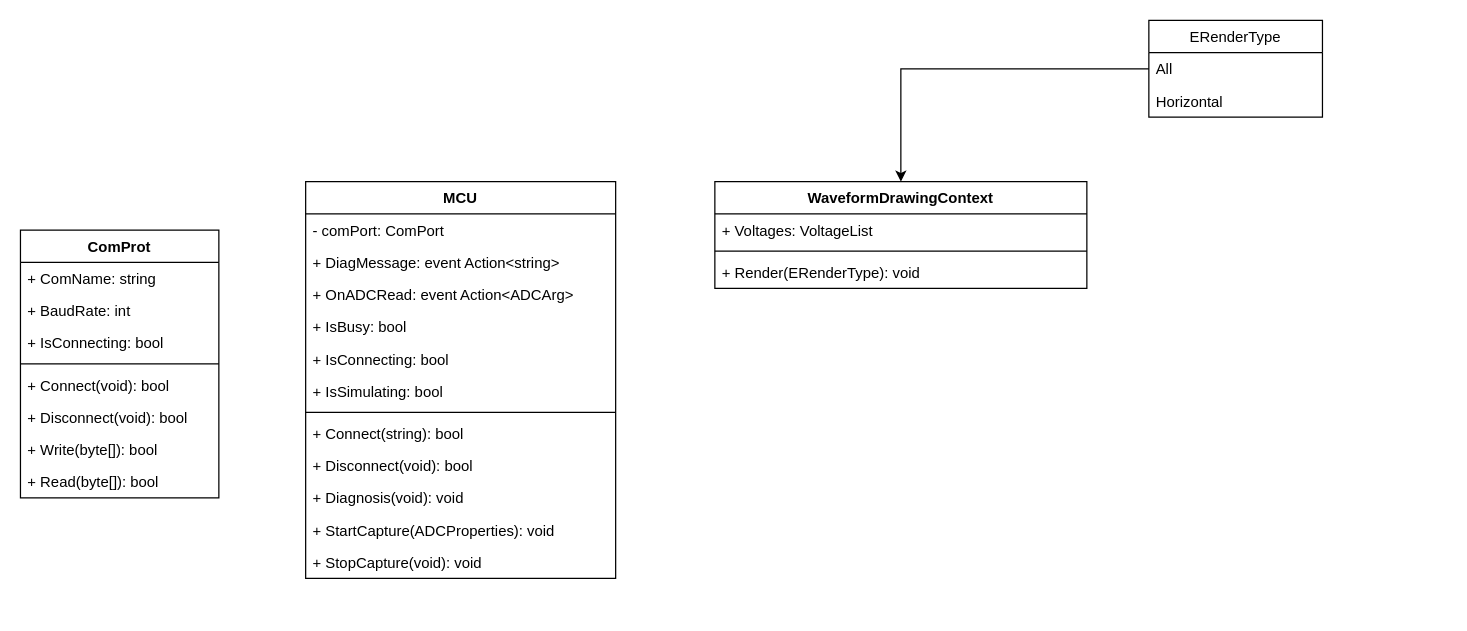
Jasson-Chou/SideProject keeps this draw.io diagram as page "UML Class Diagram" (5 of 5) of ADC Monitor.drawio. Above is the earlier version. Source tidied: cells renumbered, new cells numbered last; positions are measured from the earlier drawing's top-left corner, leaving out a move shared by most shapes. Both pictures are drawn from the tidied source at 124%, with x=0, y=0 at pixel (20, 20).
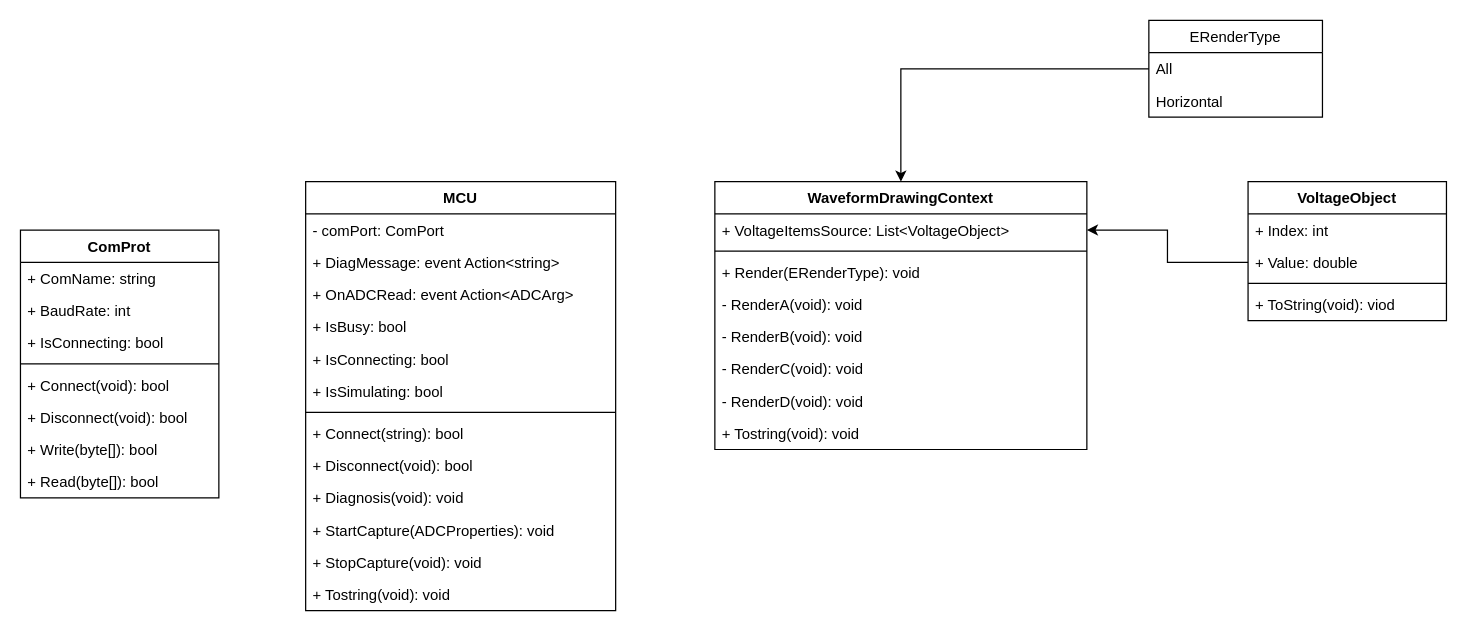
The same page after the edit.

Diff of the diagram source:
```diff
@@
     <mxCell id="11" value="MCU" style="swimlane;fontStyle=1;align=center;verticalAlign=top;horizontal=1;startSize=26;" parent="1" vertex="1">
-      <mxGeometry x="230" y="130" width="250" height="320" as="geometry" />
+      <mxGeometry x="230" y="130" width="250" height="346" as="geometry" />
     </mxCell>
@@
+    <mxCell id="32" value="+ Tostring(void): void" style="text;strokeColor=none;fillColor=none;align=left;verticalAlign=top;spacingLeft=4;spacingRight=4;overflow=hidden;" parent="11" vertex="1">
+      <mxGeometry y="320" width="250" height="26" as="geometry" />
+    </mxCell>
     <mxCell id="24" value="WaveformDrawingContext" style="swimlane;fontStyle=1;align=center;verticalAlign=top;horizontal=1;startSize=26;" parent="1" vertex="1">
-      <mxGeometry x="560" y="130" width="300" height="86" as="geometry" />
+      <mxGeometry x="560" y="130" width="300" height="216" as="geometry" />
     </mxCell>
-    <mxCell id="25" value="+ Voltages: VoltageList" style="text;strokeColor=none;fillColor=none;align=left;verticalAlign=top;spacingLeft=4;spacingRight=4;overflow=hidden;points=[[0,0.5],[1,0.5]];portConstraint=eastwest;" parent="24" vertex="1">
+    <mxCell id="25" value="+ VoltageItemsSource: List&lt;VoltageObject&gt;" style="text;strokeColor=none;fillColor=none;align=left;verticalAlign=top;spacingLeft=4;spacingRight=4;overflow=hidden;points=[[0,0.5],[1,0.5]];portConstraint=eastwest;" parent="24" vertex="1">
       <mxGeometry y="26" width="300" height="26" as="geometry" />
     </mxCell>
@@
+    <mxCell id="33" value="- RenderA(void): void" style="text;strokeColor=none;fillColor=none;align=left;verticalAlign=top;spacingLeft=4;spacingRight=4;overflow=hidden;" parent="24" vertex="1">
+      <mxGeometry y="86" width="300" height="26" as="geometry" />
+    </mxCell>
+    <mxCell id="34" value="- RenderB(void): void" style="text;strokeColor=none;fillColor=none;align=left;verticalAlign=top;spacingLeft=4;spacingRight=4;overflow=hidden;" parent="24" vertex="1">
+      <mxGeometry y="112" width="300" height="26" as="geometry" />
+    </mxCell>
+    <mxCell id="35" value="- RenderC(void): void" style="text;strokeColor=none;fillColor=none;align=left;verticalAlign=top;spacingLeft=4;spacingRight=4;overflow=hidden;" parent="24" vertex="1">
+      <mxGeometry y="138" width="300" height="26" as="geometry" />
+    </mxCell>
+    <mxCell id="36" value="- RenderD(void): void" style="text;strokeColor=none;fillColor=none;align=left;verticalAlign=top;spacingLeft=4;spacingRight=4;overflow=hidden;" parent="24" vertex="1">
+      <mxGeometry y="164" width="300" height="26" as="geometry" />
+    </mxCell>
+    <mxCell id="37" value="+ Tostring(void): void" style="text;strokeColor=none;fillColor=none;align=left;verticalAlign=top;spacingLeft=4;spacingRight=4;overflow=hidden;" parent="24" vertex="1">
+      <mxGeometry y="190" width="300" height="26" as="geometry" />
+    </mxCell>
@@
+    <mxCell id="38" value="VoltageObject" style="swimlane;fontStyle=1;align=center;verticalAlign=top;horizontal=1;startSize=26;" parent="1" vertex="1">
+      <mxGeometry x="990" y="130" width="160" height="112" as="geometry" />
+    </mxCell>
+    <mxCell id="39" value="+ Index: int" style="text;strokeColor=none;fillColor=none;align=left;verticalAlign=top;spacingLeft=4;spacingRight=4;overflow=hidden;" parent="38" vertex="1">
+      <mxGeometry y="26" width="160" height="26" as="geometry" />
+    </mxCell>
+    <mxCell id="40" value="+ Value: double" style="text;strokeColor=none;fillColor=none;align=left;verticalAlign=top;spacingLeft=4;spacingRight=4;overflow=hidden;points=[[0,0.5],[1,0.5]];portConstraint=eastwest;" parent="38" vertex="1">
+      <mxGeometry y="52" width="160" height="26" as="geometry" />
+    </mxCell>
+    <mxCell id="41" style="line;strokeWidth=1;fillColor=none;align=left;verticalAlign=middle;spacingTop=-1;spacingLeft=3;spacingRight=3;labelPosition=right;" parent="38" vertex="1">
+      <mxGeometry y="78" width="160" height="8" as="geometry" />
+    </mxCell>
+    <mxCell id="42" value="+ ToString(void): viod" style="text;strokeColor=none;fillColor=none;align=left;verticalAlign=top;spacingLeft=4;spacingRight=4;overflow=hidden;" parent="38" vertex="1">
+      <mxGeometry y="86" width="160" height="26" as="geometry" />
+    </mxCell>
+    <mxCell id="43" style="edgeStyle=orthogonalEdgeStyle;rounded=0;jettySize=auto;html=1;entryX=1;entryY=0.5;entryDx=0;entryDy=0;" parent="1" edge="1" source="40" target="25">
+      <mxGeometry relative="1" as="geometry" />
+    </mxCell>
```
